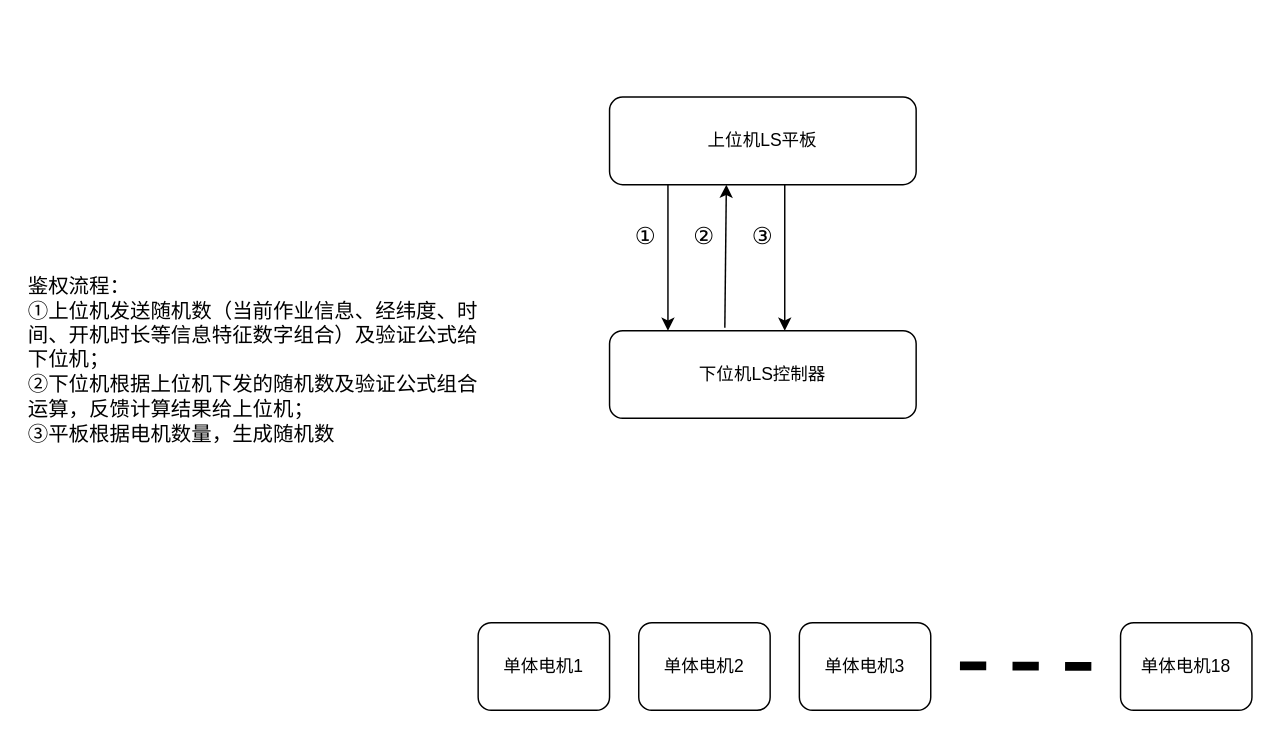
Earlier version of the draw.io diagram 电机鉴权.drawio (Hanye1108/drawio). Source tidied: cells renumbered, new cells numbered last; positions are measured from the earlier drawing's top-left corner, leaving out a move shared by most shapes. Both pictures are drawn from the tidied source at 146%, with x=0, y=0 at pixel (25, 53).
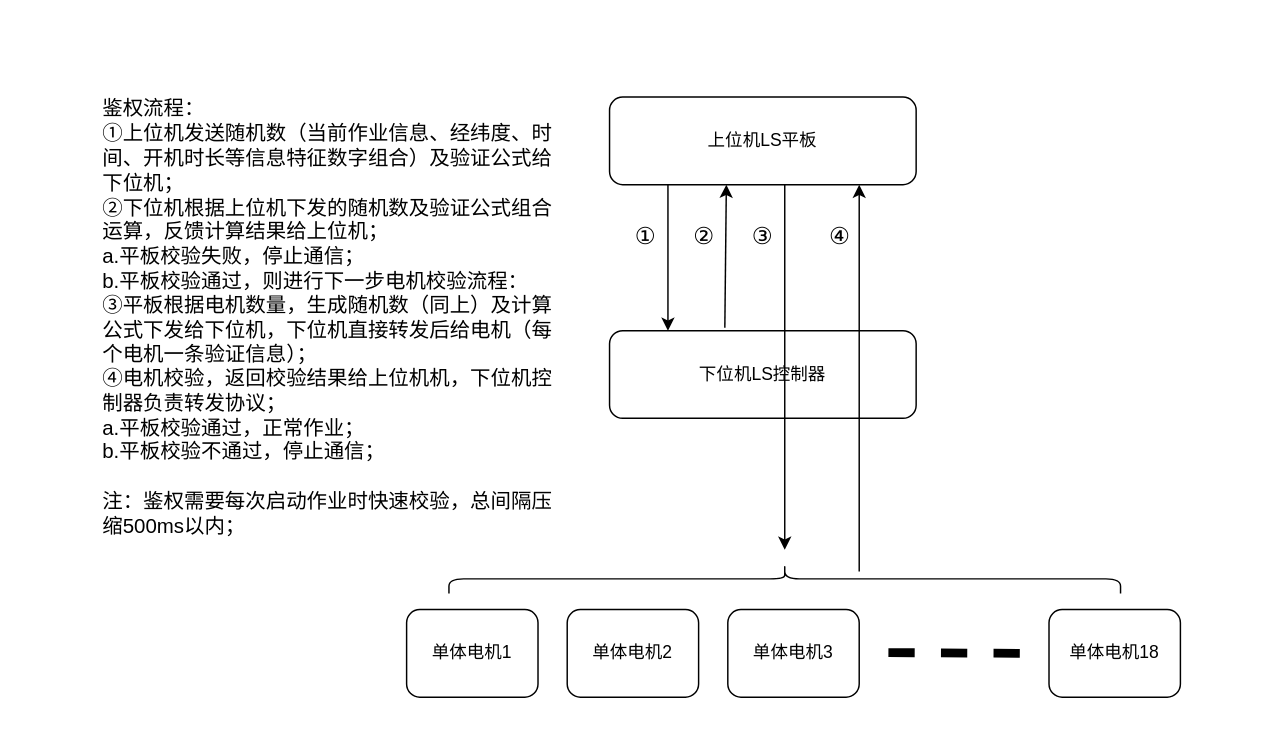
The same diagram, later.

Commit message (it also covers changes not shown here):
更新电机鉴权.drawio

The edit, as a diff of the source:
```diff
@@
     <mxCell id="4" value="单体电机1" style="rounded=1;whiteSpace=wrap;html=1;" parent="1" vertex="1">
-      <mxGeometry x="310" y="390" width="90" height="60" as="geometry" />
+      <mxGeometry x="261" y="381" width="90" height="60" as="geometry" />
     </mxCell>
     <mxCell id="5" value="单体电机2" style="rounded=1;whiteSpace=wrap;html=1;" parent="1" vertex="1">
-      <mxGeometry x="420" y="390" width="90" height="60" as="geometry" />
+      <mxGeometry x="371" y="381" width="90" height="60" as="geometry" />
     </mxCell>
     <mxCell id="6" value="单体电机3" style="rounded=1;whiteSpace=wrap;html=1;" parent="1" vertex="1">
-      <mxGeometry x="530" y="390" width="90" height="60" as="geometry" />
+      <mxGeometry x="481" y="381" width="90" height="60" as="geometry" />
     </mxCell>
     <mxCell id="7" style="endArrow=none;dashed=1;html=1;rounded=1;curved=0;strokeWidth=6;" parent="1" edge="1">
       <mxGeometry relative="1" as="geometry">
-        <mxPoint x="640" y="419.5" as="sourcePoint" />
-        <mxPoint x="740" y="420" as="targetPoint" />
+        <mxPoint x="591" y="410.5" as="sourcePoint" />
+        <mxPoint x="691" y="411" as="targetPoint" />
       </mxGeometry>
     </mxCell>
     <mxCell id="8" value="单体电机18" style="rounded=1;whiteSpace=wrap;html=1;" parent="1" vertex="1">
-      <mxGeometry x="750" y="390" width="90" height="60" as="geometry" />
+      <mxGeometry x="701" y="381" width="90" height="60" as="geometry" />
     </mxCell>
@@
-    <mxCell id="13" value="&lt;font style=&quot;font-size: 14px;&quot;&gt;鉴权流程：&lt;br&gt;①上位机发送随机数（当前作业信息、经纬度、时间、开机时长等信息特征数字组合）及验证公式给下位机；&lt;br&gt;②下位机根据上位机下发的随机数及验证公式组合运算，反馈计算结果给上位机；&lt;br&gt;③平板根据电机数量，生成随机数&lt;/font&gt;" style="text;html=1;align=left;verticalAlign=middle;whiteSpace=wrap;rounded=0;" parent="1" vertex="1">
-      <mxGeometry width="320" height="420" as="geometry" />
+    <mxCell id="13" value="&lt;font style=&quot;font-size: 14px;&quot;&gt;鉴权流程：&lt;br&gt;①上位机发送随机数（当前作业信息、经纬度、时间、开机时长等信息特征数字组合）及验证公式给下位机；&lt;br&gt;②下位机根据上位机下发的随机数及验证公式组合运算，反馈计算结果给上位机；&lt;/font&gt;&lt;div&gt;&lt;span style=&quot;font-size: 14px;&quot;&gt;a.平板校验失败，停止通信；&lt;br&gt;&lt;/span&gt;&lt;div&gt;&lt;font style=&quot;font-size: 14px;&quot;&gt;b.平板校验通过，则进行下一步电机校验流程：&lt;br&gt;③平板根据电机数量，生成随机数（同上）及计算公式下发给下位机，下位机直接转发后给电机（每个电机一条验证信息）；&lt;br&gt;④电机校验，返回校验结果给上位机机，下位机控制器负责转发协议；&lt;br&gt;a.平板校验通过，正常作业；&lt;br&gt;b.平板校验不通过，停止通信；&lt;br&gt;&lt;br&gt;注：鉴权需要每次启动作业时快速校验，总间隔压缩500ms以内；&lt;/font&gt;&lt;/div&gt;&lt;/div&gt;" style="text;html=1;align=left;verticalAlign=middle;whiteSpace=wrap;rounded=0;" parent="1" vertex="1">
+      <mxGeometry x="51" y="-19" width="320" height="400" as="geometry" />
     </mxCell>
     <mxCell id="14" style="endArrow=classic;html=1;rounded=0;" parent="1" edge="1">
       <mxGeometry relative="1" as="geometry">
         <mxPoint x="520" y="90" as="sourcePoint" />
-        <mxPoint x="520" y="190" as="targetPoint" />
+        <mxPoint x="520" y="340" as="targetPoint" />
       </mxGeometry>
     </mxCell>
@@
+    <mxCell id="16" style="shape=curlyBracket;whiteSpace=wrap;html=1;rounded=1;labelPosition=left;verticalLabelPosition=middle;align=right;verticalAlign=middle;rotation=90;" parent="1" vertex="1">
+      <mxGeometry x="510" y="130" width="20" height="460" as="geometry" />
+    </mxCell>
+    <mxCell id="17" style="endArrow=classic;html=1;rounded=0;" parent="1" edge="1">
+      <mxGeometry relative="1" as="geometry">
+        <mxPoint x="571" y="355" as="sourcePoint" />
+        <mxPoint x="571" y="90" as="targetPoint" />
+      </mxGeometry>
+    </mxCell>
+    <mxCell id="18" value="④" style="text;html=1;align=center;verticalAlign=middle;whiteSpace=wrap;rounded=0;rotation=0;strokeWidth=1;fontSize=16;" parent="1" vertex="1">
+      <mxGeometry x="543" y="110" width="30" height="30" as="geometry" />
+    </mxCell>
```
